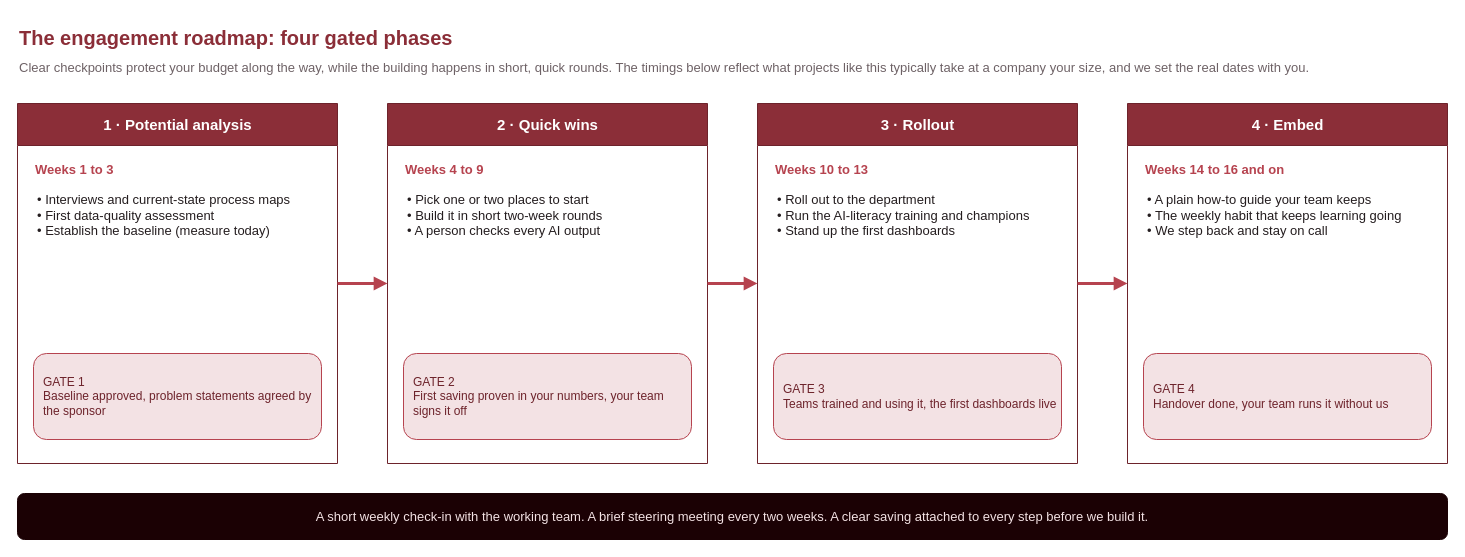
ademczuk/top-spirit-delivery keeps this draw.io diagram as diagrams/1-roadmap.drawio. Above is the earlier version. Source tidied: cells renumbered, new cells numbered last; positions are measured from the earlier drawing's top-left corner, leaving out a move shared by most shapes. Both pictures are drawn from the tidied source at 100%, with x=0, y=0 at pixel (17, 17).
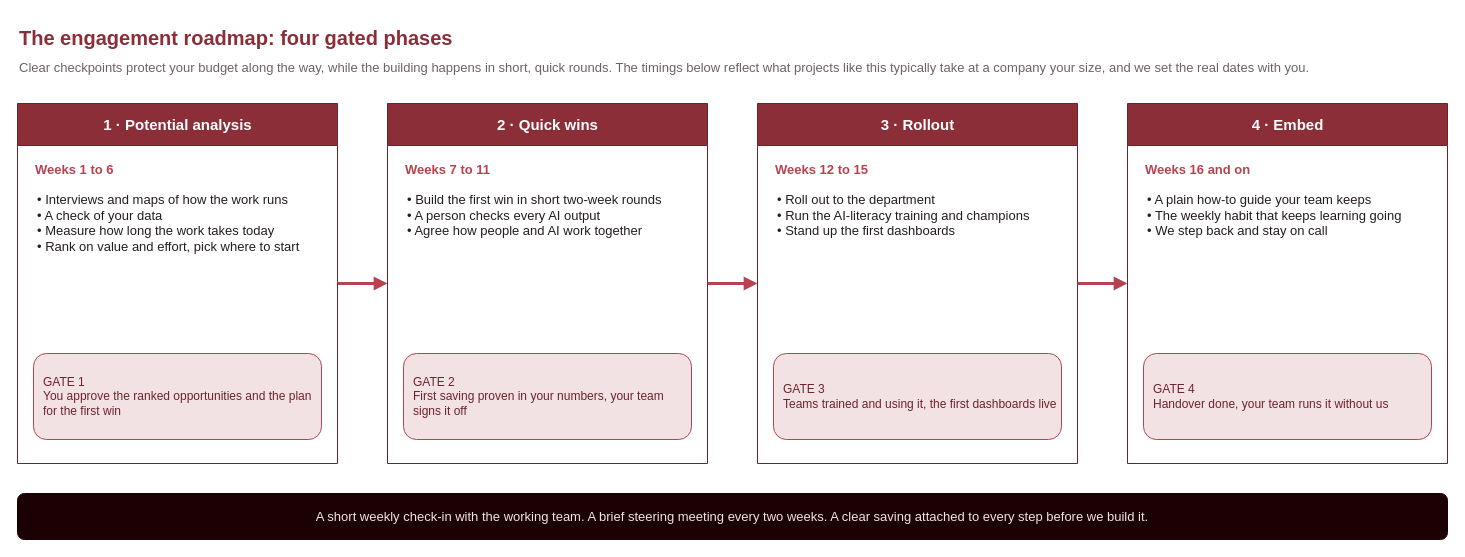
The same page after the edit.

The change refers to these unchanged cells:
```xml
<mxCell id="4" value="1 · Potential analysis" style="swimlane;html=1;startSize=42;fillColor=#8b2e38;swimlaneFillColor=#ffffff;strokeColor=#6d232b;fontColor=#ffffff;fontSize=15;fontStyle=1;align=center;" parent="1" vertex="1">
  <mxGeometry y="86" width="320" height="360" as="geometry" />
</mxCell>
<mxCell id="8" value="2 · Quick wins" style="swimlane;html=1;startSize=42;fillColor=#8b2e38;swimlaneFillColor=#ffffff;strokeColor=#6d232b;fontColor=#ffffff;fontSize=15;fontStyle=1;align=center;" parent="1" vertex="1">
  <mxGeometry x="370" y="86" width="320" height="360" as="geometry" />
</mxCell>
<mxCell id="12" value="3 · Rollout" style="swimlane;html=1;startSize=42;fillColor=#8b2e38;swimlaneFillColor=#ffffff;strokeColor=#6d232b;fontColor=#ffffff;fontSize=15;fontStyle=1;align=center;" parent="1" vertex="1">
  <mxGeometry x="740" y="86" width="320" height="360" as="geometry" />
</mxCell>
<mxCell id="16" value="4 · Embed" style="swimlane;html=1;startSize=42;fillColor=#8b2e38;swimlaneFillColor=#ffffff;strokeColor=#6d232b;fontColor=#ffffff;fontSize=15;fontStyle=1;align=center;" parent="1" vertex="1">
  <mxGeometry x="1110" y="86" width="320" height="360" as="geometry" />
</mxCell>
```

What changed in the source:
```diff
@@
-    <mxCell id="5" value="Weeks 1 to 3" style="text;html=1;align=left;fontColor=#b6434f;fontSize=13;fontStyle=1;" parent="4" vertex="1">
+    <mxCell id="5" value="Weeks 1 to 6" style="text;html=1;align=left;fontColor=#b6434f;fontSize=13;fontStyle=1;" parent="4" vertex="1">
       <mxGeometry x="16" y="52" width="280" height="22" as="geometry" />
     </mxCell>
-    <mxCell id="6" value="• Interviews and current-state process maps&#10;• First data-quality assessment&#10;• Establish the baseline (measure today)" style="text;html=1;align=left;verticalAlign=top;fontColor=#241d1f;fontSize=13;spacingLeft=2;" parent="4" vertex="1">
+    <mxCell id="6" value="• Interviews and maps of how the work runs&#10;• A check of your data&#10;• Measure how long the work takes today&#10;• Rank on value and effort, pick where to start" style="text;html=1;align=left;verticalAlign=top;fontColor=#241d1f;fontSize=13;spacingLeft=2;" parent="4" vertex="1">
       <mxGeometry x="16" y="82" width="288" height="150" as="geometry" />
     </mxCell>
-    <mxCell id="7" value="GATE 1&#10;Baseline approved, problem statements agreed by the sponsor" style="rounded=1;html=1;whiteSpace=wrap;fillColor=#f3e2e4;strokeColor=#b6434f;fontColor=#6d232b;fontSize=12;align=left;spacingLeft=8;verticalAlign=middle;" parent="4" vertex="1">
+    <mxCell id="7" value="GATE 1&#10;You approve the ranked opportunities and the plan for the first win" style="rounded=1;html=1;whiteSpace=wrap;fillColor=#f3e2e4;strokeColor=#b6434f;fontColor=#6d232b;fontSize=12;align=left;spacingLeft=8;verticalAlign=middle;" parent="4" vertex="1">
       <mxGeometry x="16" y="250" width="288" height="86" as="geometry" />
     </mxCell>
@@
-    <mxCell id="9" value="Weeks 4 to 9" style="text;html=1;align=left;fontColor=#b6434f;fontSize=13;fontStyle=1;" parent="8" vertex="1">
+    <mxCell id="9" value="Weeks 7 to 11" style="text;html=1;align=left;fontColor=#b6434f;fontSize=13;fontStyle=1;" parent="8" vertex="1">
       <mxGeometry x="16" y="52" width="280" height="22" as="geometry" />
     </mxCell>
-    <mxCell id="10" value="• Pick one or two places to start&#10;• Build it in short two-week rounds&#10;• A person checks every AI output" style="text;html=1;align=left;verticalAlign=top;fontColor=#241d1f;fontSize=13;spacingLeft=2;" parent="8" vertex="1">
+    <mxCell id="10" value="• Build the first win in short two-week rounds&#10;• A person checks every AI output&#10;• Agree how people and AI work together" style="text;html=1;align=left;verticalAlign=top;fontColor=#241d1f;fontSize=13;spacingLeft=2;" parent="8" vertex="1">
       <mxGeometry x="16" y="82" width="288" height="150" as="geometry" />
     </mxCell>
@@
-    <mxCell id="13" value="Weeks 10 to 13" style="text;html=1;align=left;fontColor=#b6434f;fontSize=13;fontStyle=1;" parent="12" vertex="1">
+    <mxCell id="13" value="Weeks 12 to 15" style="text;html=1;align=left;fontColor=#b6434f;fontSize=13;fontStyle=1;" parent="12" vertex="1">
       <mxGeometry x="16" y="52" width="280" height="22" as="geometry" />
     </mxCell>
@@
-    <mxCell id="17" value="Weeks 14 to 16 and on" style="text;html=1;align=left;fontColor=#b6434f;fontSize=13;fontStyle=1;" parent="16" vertex="1">
+    <mxCell id="17" value="Weeks 16 and on" style="text;html=1;align=left;fontColor=#b6434f;fontSize=13;fontStyle=1;" parent="16" vertex="1">
       <mxGeometry x="16" y="52" width="290" height="22" as="geometry" />
     </mxCell>
```
